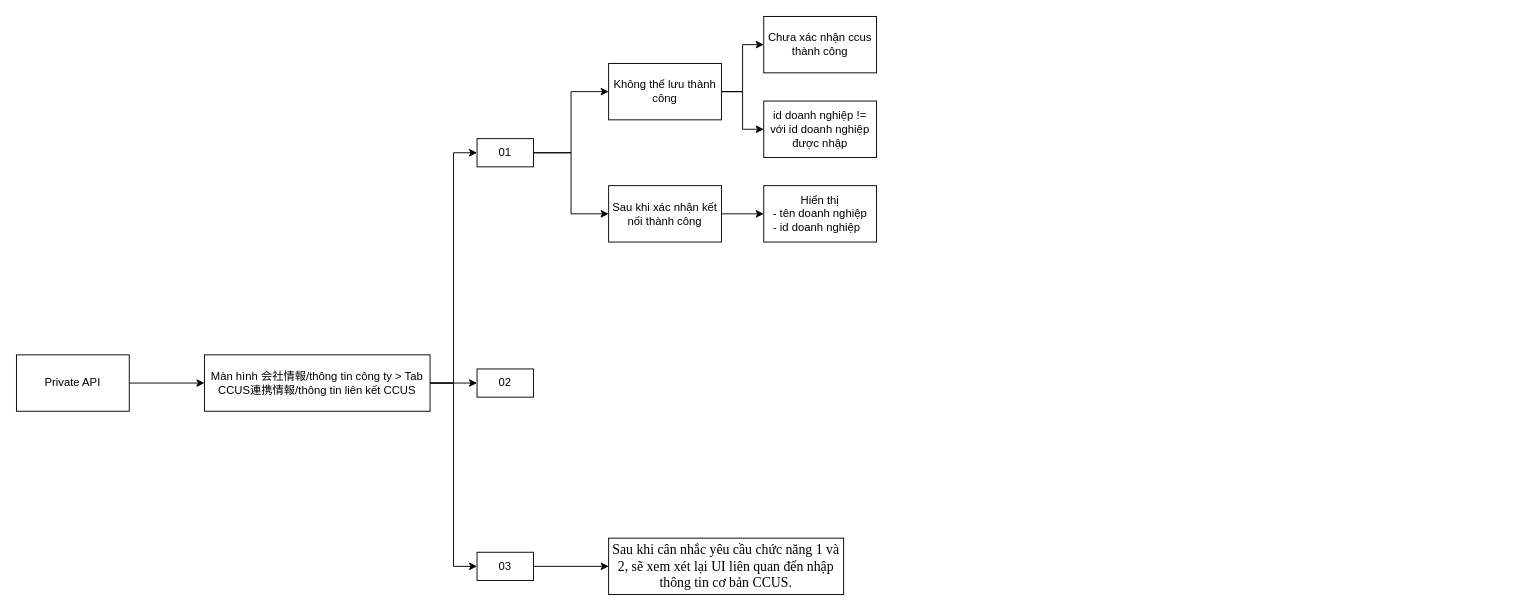
hoangpn256/diagram keeps this draw.io diagram as page "B-273" (7 of 8) of Spec tháng 7.drawio. Above is the earlier version. Source tidied: cells renumbered, new cells numbered last; positions are measured from the earlier drawing's top-left corner, leaving out a move shared by most shapes. Both pictures are drawn from the tidied source at 94%, with x=0, y=0 at pixel (16, 16).
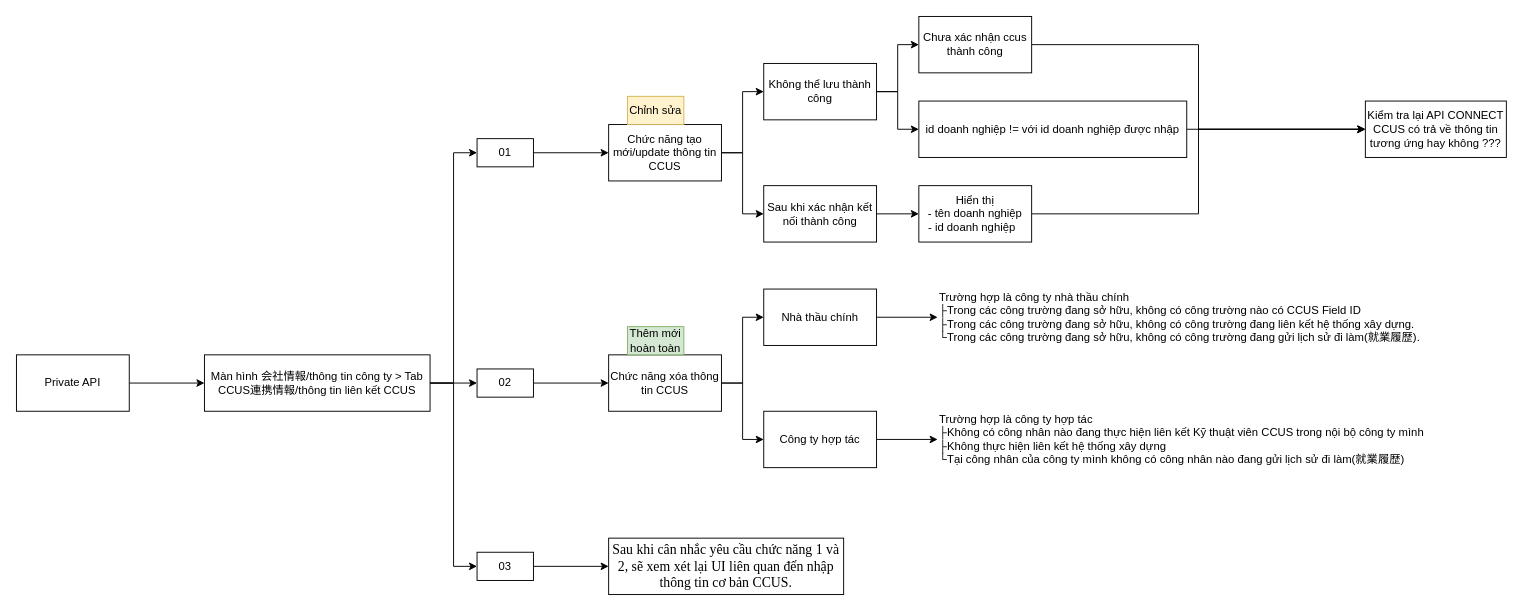
The same page after the edit.

The change refers to these unchanged cells:
```xml
<mxCell id="18" value="01" style="rounded=0;whiteSpace=wrap;html=1;" parent="1" vertex="1">
  <mxGeometry x="490" y="130" width="60" height="30" as="geometry" />
</mxCell>
<mxCell id="19" value="02" style="rounded=0;whiteSpace=wrap;html=1;" parent="1" vertex="1">
  <mxGeometry x="490" y="375" width="60" height="30" as="geometry" />
</mxCell>
```

The edit, as a diff of the source:
```diff
@@
+    <mxCell id="23" style="edgeStyle=orthogonalEdgeStyle;rounded=0;jettySize=auto;html=1;exitX=1;exitY=0.5;exitDx=0;exitDy=0;entryX=0;entryY=0.5;entryDx=0;entryDy=0;" parent="1" edge="1" source="8" target="37">
+      <mxGeometry relative="1" as="geometry" />
+    </mxCell>
     <mxCell id="8" value="Chưa xác nhận ccus thành công" style="rounded=0;whiteSpace=wrap;html=1;" parent="1" vertex="1">
-      <mxGeometry x="795" width="120" height="60" as="geometry" />
+      <mxGeometry x="960" width="120" height="60" as="geometry" />
     </mxCell>
+    <mxCell id="24" style="edgeStyle=orthogonalEdgeStyle;rounded=0;jettySize=auto;html=1;exitX=1;exitY=0.5;exitDx=0;exitDy=0;entryX=0;entryY=0.5;entryDx=0;entryDy=0;" parent="1" edge="1" source="9" target="37">
+      <mxGeometry relative="1" as="geometry" />
+    </mxCell>
     <mxCell id="9" value="id doanh nghiệp != với id doanh nghiệp được nhập" style="rounded=0;whiteSpace=wrap;html=1;" parent="1" vertex="1">
-      <mxGeometry x="795" y="90" width="120" height="60" as="geometry" />
+      <mxGeometry x="960" y="90" width="285" height="60" as="geometry" />
     </mxCell>
@@
     <mxCell id="11" value="Sau khi xác nhận kết nối thành công" style="rounded=0;whiteSpace=wrap;html=1;" parent="1" vertex="1">
-      <mxGeometry x="630" y="180" width="120" height="60" as="geometry" />
+      <mxGeometry x="795" y="180" width="120" height="60" as="geometry" />
     </mxCell>
@@
     <mxCell id="14" value="Không thể lưu thành công" style="rounded=0;whiteSpace=wrap;html=1;" parent="1" vertex="1">
-      <mxGeometry x="630" y="50" width="120" height="60" as="geometry" />
+      <mxGeometry x="795" y="50" width="120" height="60" as="geometry" />
     </mxCell>
+    <mxCell id="25" style="edgeStyle=orthogonalEdgeStyle;rounded=0;jettySize=auto;html=1;exitX=1;exitY=0.5;exitDx=0;exitDy=0;entryX=0;entryY=0.5;entryDx=0;entryDy=0;" parent="1" edge="1" source="15" target="37">
+      <mxGeometry relative="1" as="geometry" />
+    </mxCell>
     <mxCell id="15" value="Hiển thị&lt;br&gt;- tên doanh nghiệp&lt;br&gt;- id doanh nghiệp&amp;nbsp;&amp;nbsp;" style="rounded=0;whiteSpace=wrap;html=1;" parent="1" vertex="1">
-      <mxGeometry x="795" y="180" width="120" height="60" as="geometry" />
+      <mxGeometry x="960" y="180" width="120" height="60" as="geometry" />
     </mxCell>
-    <mxCell id="16" style="edgeStyle=orthogonalEdgeStyle;rounded=0;jettySize=auto;html=1;exitX=1;exitY=0.5;exitDx=0;exitDy=0;entryX=0;entryY=0.5;entryDx=0;entryDy=0;" parent="1" edge="1" source="18" target="14">
-      <mxGeometry relative="1" as="geometry" />
-    </mxCell>
-    <mxCell id="17" style="edgeStyle=orthogonalEdgeStyle;rounded=0;jettySize=auto;html=1;exitX=1;exitY=0.5;exitDx=0;exitDy=0;entryX=0;entryY=0.5;entryDx=0;entryDy=0;" parent="1" edge="1" source="18" target="11">
-      <mxGeometry relative="1" as="geometry" />
-    </mxCell>
+    <mxCell id="26" style="edgeStyle=orthogonalEdgeStyle;rounded=0;jettySize=auto;html=1;exitX=1;exitY=0.5;exitDx=0;exitDy=0;entryX=0;entryY=0.5;entryDx=0;entryDy=0;" parent="1" edge="1" source="18" target="40">
+      <mxGeometry relative="1" as="geometry" />
+    </mxCell>
@@
+    <mxCell id="27" style="edgeStyle=orthogonalEdgeStyle;rounded=0;jettySize=auto;html=1;exitX=1;exitY=0.5;exitDx=0;exitDy=0;entryX=0;entryY=0.5;entryDx=0;entryDy=0;" parent="1" edge="1" source="19" target="30">
+      <mxGeometry relative="1" as="geometry" />
+    </mxCell>
@@
+    <mxCell id="28" style="edgeStyle=orthogonalEdgeStyle;rounded=0;jettySize=auto;html=1;exitX=1;exitY=0.5;exitDx=0;exitDy=0;entryX=0;entryY=0.5;entryDx=0;entryDy=0;" parent="1" edge="1" source="30" target="32">
+      <mxGeometry relative="1" as="geometry" />
+    </mxCell>
+    <mxCell id="29" style="edgeStyle=orthogonalEdgeStyle;rounded=0;jettySize=auto;html=1;exitX=1;exitY=0.5;exitDx=0;exitDy=0;entryX=0;entryY=0.5;entryDx=0;entryDy=0;" parent="1" edge="1" source="30" target="34">
+      <mxGeometry relative="1" as="geometry" />
+    </mxCell>
+    <mxCell id="30" value="Chức năng xóa thông tin CCUS" style="rounded=0;whiteSpace=wrap;html=1;" parent="1" vertex="1">
+      <mxGeometry x="630" y="360" width="120" height="60" as="geometry" />
+    </mxCell>
+    <mxCell id="31" style="edgeStyle=orthogonalEdgeStyle;rounded=0;jettySize=auto;html=1;exitX=1;exitY=0.5;exitDx=0;exitDy=0;entryX=0;entryY=0.5;entryDx=0;entryDy=0;" parent="1" edge="1" source="32" target="35">
+      <mxGeometry relative="1" as="geometry" />
+    </mxCell>
+    <mxCell id="32" value="Nhà thầu chính" style="rounded=0;whiteSpace=wrap;html=1;" parent="1" vertex="1">
+      <mxGeometry x="795" y="290" width="120" height="60" as="geometry" />
+    </mxCell>
+    <mxCell id="33" style="edgeStyle=orthogonalEdgeStyle;rounded=0;jettySize=auto;html=1;exitX=1;exitY=0.5;exitDx=0;exitDy=0;entryX=0;entryY=0.5;entryDx=0;entryDy=0;" parent="1" edge="1" source="34" target="36">
+      <mxGeometry relative="1" as="geometry" />
+    </mxCell>
+    <mxCell id="34" value="Công ty hợp tác" style="rounded=0;whiteSpace=wrap;html=1;" parent="1" vertex="1">
+      <mxGeometry x="795" y="420" width="120" height="60" as="geometry" />
+    </mxCell>
+    <mxCell id="35" value="Trường hợp là công ty nhà thầu chính&#10;├Trong các công trường đang sở hữu, không có công trường nào có CCUS Field ID&#10;├Trong các công trường đang sở hữu, không có công trường đang liên kết hệ thống xây dựng.&#10;└Trong các công trường đang sở hữu, không có công trường đang gửi lịch sử đi làm(就業履歴)." style="text;whiteSpace=wrap;html=1;" parent="1" vertex="1">
+      <mxGeometry x="980" y="285" width="550" height="70" as="geometry" />
+    </mxCell>
+    <mxCell id="36" value="Trường hợp là công ty hợp tác&#10;├Không có công nhân nào đang thực hiện liên kết Kỹ thuật viên CCUS trong nội bộ công ty mình&#10;├Không thực hiện liên kết hệ thống xây dựng&#10;└Tại công nhân của công ty mình không có công nhân nào đang gửi lịch sử đi làm(就業履歴)" style="text;whiteSpace=wrap;html=1;" parent="1" vertex="1">
+      <mxGeometry x="980" y="415" width="550" height="70" as="geometry" />
+    </mxCell>
+    <mxCell id="37" value="Kiểm tra lại API CONNECT CCUS có trả về thông tin tương ứng hay không ???" style="rounded=0;whiteSpace=wrap;html=1;" parent="1" vertex="1">
+      <mxGeometry x="1435" y="90" width="150" height="60" as="geometry" />
+    </mxCell>
+    <mxCell id="38" style="edgeStyle=orthogonalEdgeStyle;rounded=0;jettySize=auto;html=1;exitX=1;exitY=0.5;exitDx=0;exitDy=0;entryX=0;entryY=0.5;entryDx=0;entryDy=0;" parent="1" edge="1" source="40" target="14">
+      <mxGeometry relative="1" as="geometry" />
+    </mxCell>
+    <mxCell id="39" style="edgeStyle=orthogonalEdgeStyle;rounded=0;jettySize=auto;html=1;exitX=1;exitY=0.5;exitDx=0;exitDy=0;entryX=0;entryY=0.5;entryDx=0;entryDy=0;" parent="1" edge="1" source="40" target="11">
+      <mxGeometry relative="1" as="geometry" />
+    </mxCell>
+    <mxCell id="40" value="Chức năng tạo mới/update thông tin CCUS" style="rounded=0;whiteSpace=wrap;html=1;" parent="1" vertex="1">
+      <mxGeometry x="630" y="115" width="120" height="60" as="geometry" />
+    </mxCell>
+    <mxCell id="41" value="Chỉnh sửa" style="text;html=1;strokeColor=#d6b656;fillColor=#fff2cc;align=center;verticalAlign=middle;whiteSpace=wrap;rounded=0;" parent="1" vertex="1">
+      <mxGeometry x="650" y="85" width="60" height="30" as="geometry" />
+    </mxCell>
+    <mxCell id="42" value="Thêm mới hoàn toàn" style="text;html=1;strokeColor=#82b366;fillColor=#d5e8d4;align=center;verticalAlign=middle;whiteSpace=wrap;rounded=0;" parent="1" vertex="1">
+      <mxGeometry x="650" y="330" width="60" height="30" as="geometry" />
+    </mxCell>
```
